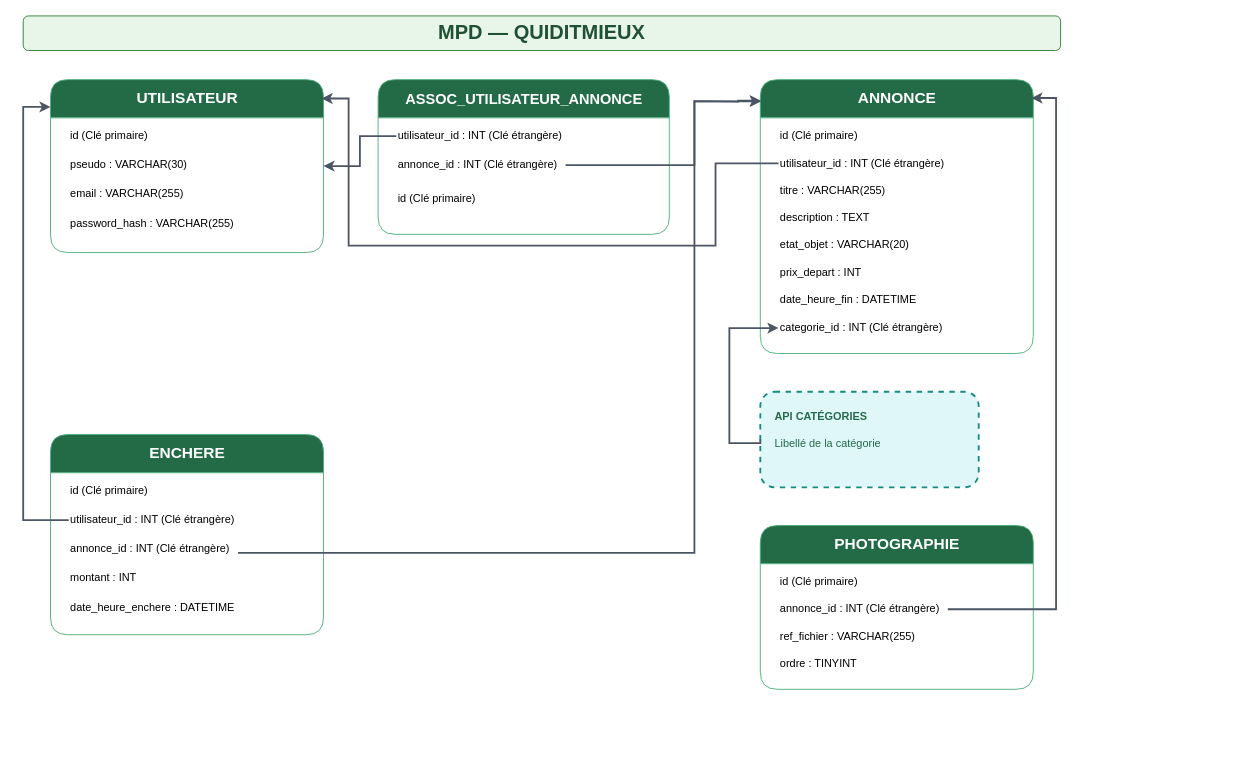
anthonylepichon/quiditmieux keeps this draw.io diagram as documents/conceptualisation/Modèles de données/MPD.drawio. Above is the earlier version. Source tidied: cells renumbered, new cells numbered last; positions are measured from the earlier drawing's top-left corner, leaving out a move shared by most shapes. Both pictures are drawn from the tidied source at 91%, with x=0, y=0 at pixel (23, 15).
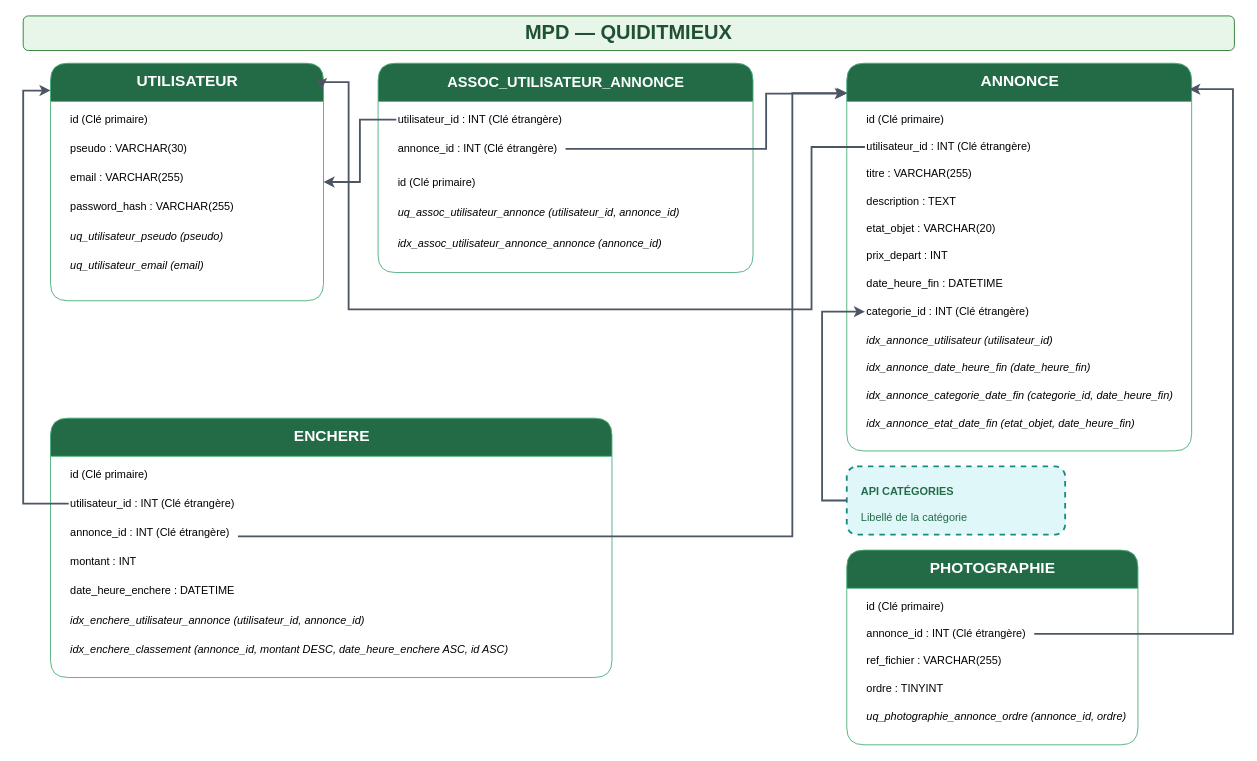
After the change.

Commit message (it also covers changes not shown here):
correction/indexes-croissance

Unchanged cells that the change refers to:
```xml
<mxCell id="10" value="annonce_id : INT (Clé étrangère)" style="text;html=1;strokeColor=none;fillColor=none;align=left;verticalAlign=middle;fontSize=12;" parent="8" vertex="1">
  <mxGeometry x="20" y="82" width="186" height="24" as="geometry" />
</mxCell>
<mxCell id="14" value="utilisateur_id : INT (Clé étrangère)" style="text;html=1;strokeColor=none;fillColor=none;align=left;verticalAlign=middle;fontSize=12;" parent="12" vertex="1">
  <mxGeometry x="20" y="80" width="260" height="24" as="geometry" />
</mxCell>
<mxCell id="20" value="categorie_id : INT (Clé étrangère)" style="text;html=1;strokeColor=none;fillColor=none;align=left;verticalAlign=middle;fontSize=12;" parent="12" vertex="1">
  <mxGeometry x="20" y="261" width="260" height="24" as="geometry" />
</mxCell>
<mxCell id="23" value="utilisateur_id : INT (Clé étrangère)" style="text;html=1;strokeColor=none;fillColor=none;align=left;verticalAlign=middle;fontSize=12;" parent="21" vertex="1">
  <mxGeometry x="20" y="82" width="260" height="24" as="geometry" />
</mxCell>
<mxCell id="24" value="annonce_id : INT (Clé étrangère)" style="text;html=1;strokeColor=none;fillColor=none;align=left;verticalAlign=middle;fontSize=12;" parent="21" vertex="1">
  <mxGeometry x="20" y="114" width="186" height="24" as="geometry" />
</mxCell>
<mxCell id="30" value="annonce_id : INT (Clé étrangère)" style="text;html=1;strokeColor=none;fillColor=none;align=left;verticalAlign=middle;fontSize=12;" parent="28" vertex="1">
  <mxGeometry x="20" y="80" width="186" height="24" as="geometry" />
</mxCell>
```

Diff of the diagram source:
```diff
@@
     <mxCell id="2" value="MPD — QUIDITMIEUX" style="rounded=1;whiteSpace=wrap;html=1;fillColor=#e8f5e9;strokeColor=#2e7d32;fontColor=#1f5132;fontSize=22;fontStyle=1;align=center;verticalAlign=middle;" parent="1" vertex="1">
-      <mxGeometry width="1140" height="38" as="geometry" />
+      <mxGeometry width="1331" height="38" as="geometry" />
     </mxCell>
     <mxCell id="3" value="UTILISATEUR" style="swimlane;html=1;startSize=42;rounded=1;fillColor=#236b47;swimlaneFillColor=#ffffff;strokeColor=#4caf7a;fontColor=#ffffff;fontSize=17;fontStyle=1;align=center;verticalAlign=middle;" parent="1" vertex="1">
-      <mxGeometry x="30" y="70" width="300" height="190" as="geometry" />
+      <mxGeometry x="30" y="52" width="300" height="261" as="geometry" />
     </mxCell>
@@
+    <mxCell id="40" value="uq_utilisateur_pseudo (pseudo)" style="text;strokeColor=none;fillColor=none;align=left;verticalAlign=middle;fontSize=12;fontStyle=2;" parent="3" vertex="1">
+      <mxGeometry x="20" y="178" width="260" height="24" as="geometry" />
+    </mxCell>
+    <mxCell id="41" value="uq_utilisateur_email (email)" style="text;strokeColor=none;fillColor=none;align=left;verticalAlign=middle;fontSize=12;fontStyle=2;" parent="3" vertex="1">
+      <mxGeometry x="20" y="210" width="260" height="24" as="geometry" />
+    </mxCell>
     <mxCell id="8" value="ASSOC_UTILISATEUR_ANNONCE" style="swimlane;html=1;startSize=42;rounded=1;fillColor=#236b47;swimlaneFillColor=#ffffff;strokeColor=#4caf7a;fontColor=#ffffff;fontSize=16;fontStyle=1;align=center;verticalAlign=middle;" parent="1" vertex="1">
-      <mxGeometry x="390" y="70" width="320" height="170" as="geometry" />
+      <mxGeometry x="390" y="52" width="412" height="230" as="geometry" />
     </mxCell>
@@
+    <mxCell id="42" value="uq_assoc_utilisateur_annonce (utilisateur_id, annonce_id)" style="text;strokeColor=none;fillColor=none;align=left;verticalAlign=middle;fontSize=12;fontStyle=2;" parent="8" vertex="1">
+      <mxGeometry x="20" y="151" width="379" height="24" as="geometry" />
+    </mxCell>
+    <mxCell id="43" value="idx_assoc_utilisateur_annonce_annonce (annonce_id)" style="text;strokeColor=none;fillColor=none;align=left;verticalAlign=middle;fontSize=12;fontStyle=2;" parent="8" vertex="1">
+      <mxGeometry x="20" y="180" width="365" height="34" as="geometry" />
+    </mxCell>
     <mxCell id="12" value="ANNONCE" style="swimlane;html=1;startSize=42;rounded=1;fillColor=#236b47;swimlaneFillColor=#ffffff;strokeColor=#4caf7a;fontColor=#ffffff;fontSize=17;fontStyle=1;align=center;verticalAlign=middle;" parent="1" vertex="1">
-      <mxGeometry x="810" y="70" width="300" height="301" as="geometry" />
+      <mxGeometry x="905" y="52" width="379" height="426" as="geometry" />
     </mxCell>
@@
+    <mxCell id="44" value="idx_annonce_utilisateur (utilisateur_id)" style="text;align=left;verticalAlign=middle;fontSize=12;fontFamily=Helvetica;fontStyle=2;" parent="12" vertex="1">
+      <mxGeometry x="20" y="292" width="260" height="24" as="geometry" />
+    </mxCell>
+    <mxCell id="45" value="idx_annonce_date_heure_fin (date_heure_fin)" style="text;align=left;verticalAlign=middle;fontSize=12;fontFamily=Helvetica;fontStyle=2;" parent="12" vertex="1">
+      <mxGeometry x="20" y="322" width="320" height="24" as="geometry" />
+    </mxCell>
+    <mxCell id="46" value="idx_annonce_categorie_date_fin (categorie_id, date_heure_fin)" style="text;align=left;verticalAlign=middle;fontSize=12;fontFamily=Helvetica;fontStyle=2;" parent="12" vertex="1">
+      <mxGeometry x="20" y="352" width="349" height="24" as="geometry" />
+    </mxCell>
+    <mxCell id="47" value="idx_annonce_etat_date_fin (etat_objet, date_heure_fin)" style="text;align=left;verticalAlign=middle;fontSize=12;fontFamily=Helvetica;fontStyle=2;" parent="12" vertex="1">
+      <mxGeometry x="20" y="383" width="303" height="24" as="geometry" />
+    </mxCell>
     <mxCell id="21" value="ENCHERE" style="swimlane;html=1;startSize=42;rounded=1;fillColor=#236b47;swimlaneFillColor=#ffffff;strokeColor=#4caf7a;fontColor=#ffffff;fontSize=17;fontStyle=1;align=center;verticalAlign=middle;" parent="1" vertex="1">
-      <mxGeometry x="30" y="460" width="300" height="220" as="geometry" />
+      <mxGeometry x="30" y="442" width="617" height="285" as="geometry" />
     </mxCell>
@@
+    <mxCell id="48" value="idx_enchere_utilisateur_annonce (utilisateur_id, annonce_id)" style="text;strokeColor=none;fillColor=none;align=left;verticalAlign=middle;fontSize=12;fontStyle=2;" parent="21" vertex="1">
+      <mxGeometry x="20" y="210" width="424" height="24" as="geometry" />
+    </mxCell>
+    <mxCell id="49" value="idx_enchere_classement (annonce_id, montant DESC, date_heure_enchere ASC, id ASC)" style="text;strokeColor=none;fillColor=none;align=left;verticalAlign=middle;fontSize=12;fontStyle=2;" parent="21" vertex="1">
+      <mxGeometry x="20" y="242" width="579" height="24" as="geometry" />
+    </mxCell>
     <mxCell id="27" value="&lt;b&gt;API CATÉGORIES&lt;/b&gt;&lt;br&gt;&lt;br&gt;Libellé de la catégorie" style="rounded=1;whiteSpace=wrap;html=1;dashed=1;strokeWidth=2;fillColor=#e0f7fa;strokeColor=#168b82;fontColor=#236b47;fontSize=12;align=left;verticalAlign=top;spacingTop=14;spacingLeft=14;" parent="1" vertex="1">
-      <mxGeometry x="810" y="413" width="240" height="105" as="geometry" />
+      <mxGeometry x="905" y="495" width="240" height="75" as="geometry" />
     </mxCell>
     <mxCell id="28" value="PHOTOGRAPHIE" style="swimlane;html=1;startSize=42;rounded=1;fillColor=#236b47;swimlaneFillColor=#ffffff;strokeColor=#4caf7a;fontColor=#ffffff;fontSize=17;fontStyle=1;align=center;verticalAlign=middle;" parent="1" vertex="1">
-      <mxGeometry x="810" y="560" width="300" height="180" as="geometry" />
+      <mxGeometry x="905" y="587" width="320" height="214" as="geometry" />
     </mxCell>
@@
+    <mxCell id="50" value="uq_photographie_annonce_ordre (annonce_id, ordre)" style="text;strokeColor=none;fillColor=none;align=left;verticalAlign=middle;fontSize=12;fontStyle=2;" parent="28" vertex="1">
+      <mxGeometry x="20" y="170" width="260" height="24" as="geometry" />
+    </mxCell>
     <mxCell id="33" style="edgeStyle=orthogonalEdgeStyle;rounded=0;jettySize=auto;html=1;endArrow=classic;strokeColor=#4b5563;strokeWidth=2;exitX=0;exitY=0.5;exitDx=0;exitDy=0;entryX=0.993;entryY=0.109;entryDx=0;entryDy=0;entryPerimeter=0;" parent="1" edge="1" source="14" target="3">
       <mxGeometry relative="1" as="geometry">
         <Array as="points">
-          <mxPoint x="760.8" y="162" />
-          <mxPoint x="760.8" y="252.4" />
-          <mxPoint x="357.6" y="252.4" />
-          <mxPoint x="357.6" y="90.7" />
+          <mxPoint x="866.3" y="144" />
+          <mxPoint x="866.3" y="322.4" />
+          <mxPoint x="357.6" y="322.4" />
+          <mxPoint x="357.6" y="72.7" />
+          <mxPoint x="327.9" y="72.7" />
         </Array>
       </mxGeometry>
     </mxCell>
@@
     <mxCell id="35" style="edgeStyle=orthogonalEdgeStyle;rounded=0;jettySize=auto;html=1;endArrow=classic;strokeColor=#4b5563;strokeWidth=2;" parent="1" edge="1" source="10">
       <mxGeometry relative="1" as="geometry">
-        <mxPoint x="810.8" y="93.9" as="targetPoint" />
+        <mxPoint x="904" y="85.4" as="targetPoint" />
         <Array as="points">
-          <mxPoint x="737.6" y="164" />
-          <mxPoint x="737.6" y="93.9" />
+          <mxPoint x="816.4" y="146" />
+          <mxPoint x="816.4" y="85.4" />
         </Array>
       </mxGeometry>
     </mxCell>
     <mxCell id="36" style="edgeStyle=orthogonalEdgeStyle;rounded=0;jettySize=auto;html=1;endArrow=classic;strokeColor=#4b5563;strokeWidth=2;exitX=0;exitY=0.5;exitDx=0;exitDy=0;" parent="1" edge="1" source="23" target="3">
       <mxGeometry relative="1" as="geometry">
         <Array as="points">
-          <mxPoint y="554" />
-          <mxPoint y="100" />
+          <mxPoint y="536" />
+          <mxPoint y="82" />
         </Array>
       </mxGeometry>
     </mxCell>
     <mxCell id="37" style="edgeStyle=orthogonalEdgeStyle;rounded=0;jettySize=auto;html=1;endArrow=classic;strokeColor=#4b5563;strokeWidth=2;entryX=0.002;entryY=0.077;entryDx=0;entryDy=0;entryPerimeter=0;" parent="1" edge="1" source="24" target="12">
       <mxGeometry relative="1" as="geometry">
         <Array as="points">
-          <mxPoint x="737.6" y="590" />
-          <mxPoint x="737.6" y="93.6" />
-          <mxPoint x="738.3" y="93.6" />
-          <mxPoint x="776.3" y="94.2" />
-          <mxPoint x="785.6" y="94.2" />
+          <mxPoint x="845.2" y="572" />
+          <mxPoint x="845.2" y="84.8" />
         </Array>
       </mxGeometry>
     </mxCell>
     <mxCell id="38" style="edgeStyle=orthogonalEdgeStyle;rounded=0;jettySize=auto;html=1;endArrow=classic;strokeColor=#4b5563;strokeWidth=2;entryX=0.993;entryY=0.067;entryDx=0;entryDy=0;entryPerimeter=0;exitX=1;exitY=0.5;exitDx=0;exitDy=0;" parent="1" edge="1" source="30" target="12">
       <mxGeometry relative="1" as="geometry">
         <Array as="points">
-          <mxPoint x="1135" y="652" />
-          <mxPoint x="1135" y="90.8" />
+          <mxPoint x="1329.4" y="679" />
+          <mxPoint x="1329.4" y="80.4" />
         </Array>
       </mxGeometry>
     </mxCell>
     <mxCell id="39" style="edgeStyle=orthogonalEdgeStyle;rounded=0;jettySize=auto;html=1;endArrow=classic;strokeColor=#4b5563;strokeWidth=2;entryX=0;entryY=0.5;entryDx=0;entryDy=0;exitX=0;exitY=0.5;exitDx=0;exitDy=0;" parent="1" edge="1" source="27" target="20">
       <mxGeometry relative="1" as="geometry">
         <Array as="points">
-          <mxPoint x="810" y="469.5" />
-          <mxPoint x="776" y="469.5" />
-          <mxPoint x="776" y="343" />
+          <mxPoint x="877.9" y="532.5" />
+          <mxPoint x="877.9" y="325" />
         </Array>
       </mxGeometry>
     </mxCell>
```
